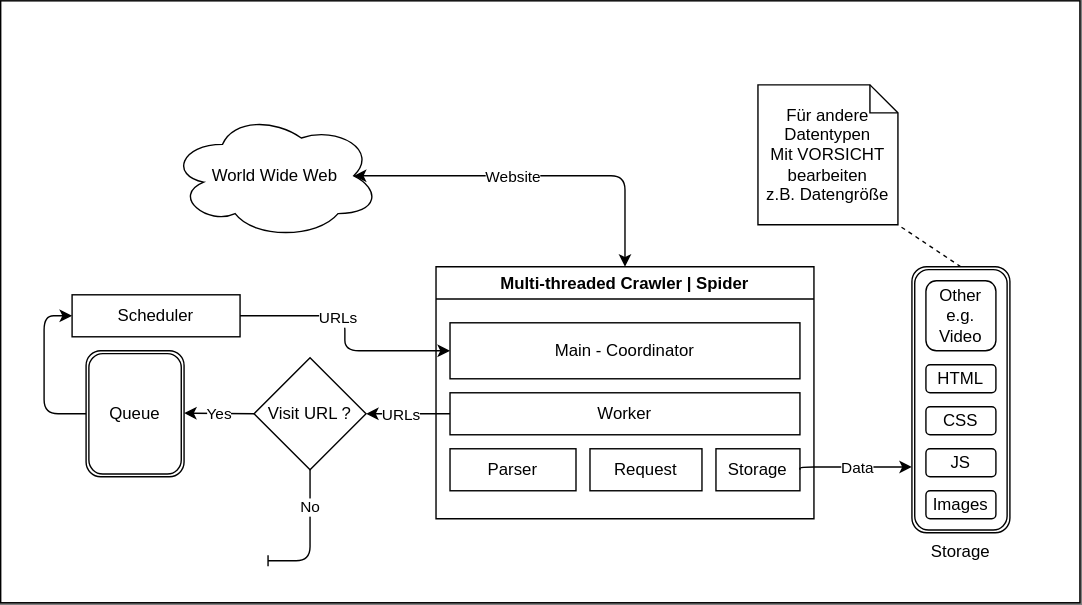
Above: doc/webcrawler.svg in wenzfe/python-hacking (draw.io), before the change. Source tidied: cells renumbered, new cells last; positions are measured from the earlier drawing's top-left corner, leaving out a move shared by most shapes.
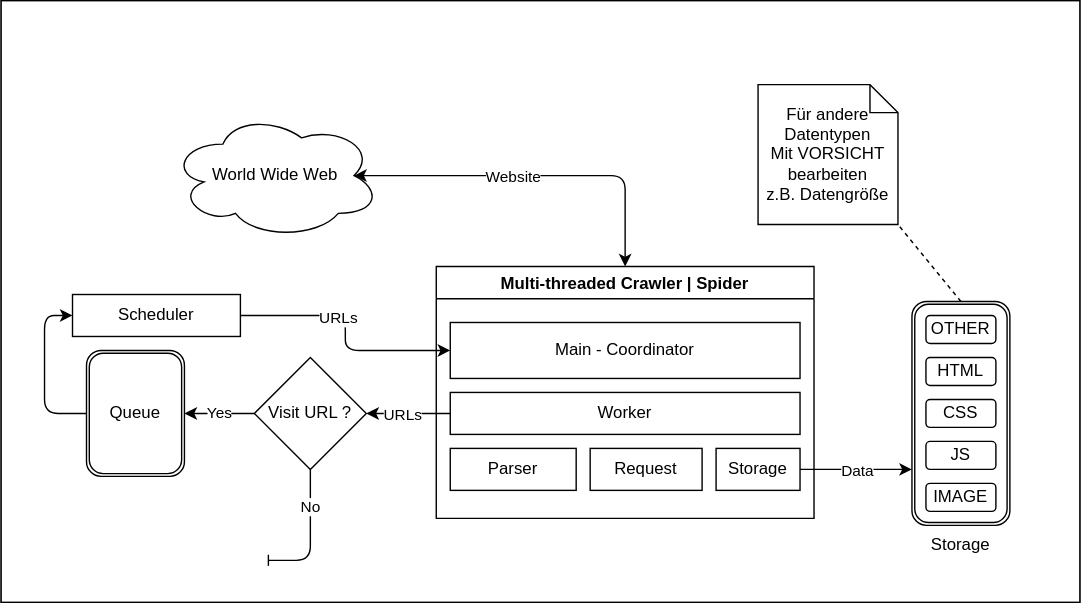
After the commit.

Diff of the diagram source:
```diff
@@ -55,15 +55,11 @@
       </mxGeometry>
     </mxCell>
     <mxCell id="16" style="edgeStyle=elbowEdgeStyle;elbow=vertical;endArrow=classic;html=1;exitX=1;exitY=0.5;exitDx=0;exitDy=0;entryX=0;entryY=0.75;entryDx=0;entryDy=0;" parent="1" edge="1" source="11" target="24">
-      <mxGeometry relative="1" as="geometry">
-        <Array as="points">
-          <mxPoint x="621" y="333" />
-        </Array>
-      </mxGeometry>
+      <mxGeometry relative="1" as="geometry" />
     </mxCell>
     <mxCell id="17" value="Data" style="edgeLabel;html=1;align=center;verticalAlign=middle;" parent="16" vertex="1">
       <mxGeometry x="-0.22" y="1" relative="1" as="geometry">
-        <mxPoint x="11" y="1" as="offset" />
+        <mxPoint x="9" y="1" as="offset" />
       </mxGeometry>
     </mxCell>
     <mxCell id="18" style="edgeStyle=elbowEdgeStyle;elbow=horizontal;endArrow=classic;html=1;exitX=0;exitY=0.5;exitDx=0;exitDy=0;entryX=1;entryY=0.5;entryDx=0;entryDy=0;" parent="1" edge="1" source="10" target="31">
@@ -81,43 +77,37 @@
     <mxCell id="22" value="Für andere Datentypen&lt;br&gt;Mit VORSICHT bearbeiten&lt;br&gt;z.B. Datengröße" style="shape=note;size=20;whiteSpace=wrap;html=1;" parent="1" vertex="1">
       <mxGeometry x="541" y="60" width="100" height="100" as="geometry" />
     </mxCell>
-    <mxCell id="23" style="group;" parent="1" vertex="1">
-      <mxGeometry x="651" y="190" width="70" height="190" as="geometry" />
-    </mxCell>
+    <mxCell id="31" value="Visit URL ?" style="rhombus;whiteSpace=wrap;html=1;" parent="1" vertex="1">
+      <mxGeometry x="181" y="255" width="80" height="80" as="geometry" />
+    </mxCell>
+    <mxCell id="32" value="Yes" style="edgeStyle=elbowEdgeStyle;elbow=vertical;endArrow=classic;html=1;exitX=0;exitY=0.5;exitDx=0;exitDy=0;entryX=1;entryY=0.5;entryDx=0;entryDy=0;" parent="1" edge="1" source="31" target="5">
+      <mxGeometry relative="1" as="geometry" />
+    </mxCell>
+    <mxCell id="33" value="No" style="edgeStyle=elbowEdgeStyle;elbow=vertical;endArrow=baseDash;html=1;exitX=0.5;exitY=1;exitDx=0;exitDy=0;strokeColor=default;endFill=0;" parent="1" edge="1" source="31">
+      <mxGeometry x="-0.44" relative="1" as="geometry">
+        <mxPoint x="191" y="400" as="targetPoint" />
+        <Array as="points">
+          <mxPoint x="221" y="400" />
+        </Array>
+      </mxGeometry>
+    </mxCell>
-    <mxCell id="24" value="Storage" style="shape=ext;double=1;rounded=1;whiteSpace=wrap;html=1;labelPosition=center;verticalLabelPosition=bottom;align=center;verticalAlign=top;" parent="23" vertex="1">
-      <mxGeometry width="70" height="190" as="geometry" />
+    <mxCell id="24" value="Storage" style="shape=ext;double=1;rounded=1;whiteSpace=wrap;html=1;labelPosition=center;verticalLabelPosition=bottom;align=center;verticalAlign=top;" parent="1" vertex="1">
+      <mxGeometry x="651" y="215" width="70" height="160" as="geometry" />
     </mxCell>
-    <mxCell id="25" style="group;" parent="23" vertex="1">
-      <mxGeometry x="10" y="10" width="50" height="170" as="geometry" />
-    </mxCell>
-    <mxCell id="26" value="HTML" style="rounded=1;whiteSpace=wrap;html=1;" parent="25" vertex="1">
-      <mxGeometry y="60" width="50" height="20" as="geometry" />
+    <mxCell id="26" value="HTML" style="rounded=1;whiteSpace=wrap;html=1;" parent="1" vertex="1">
+      <mxGeometry x="661" y="255" width="50" height="20" as="geometry" />
     </mxCell>
-    <mxCell id="27" value="CSS" style="rounded=1;whiteSpace=wrap;html=1;" parent="25" vertex="1">
-      <mxGeometry y="90" width="50" height="20" as="geometry" />
+    <mxCell id="27" value="CSS" style="rounded=1;whiteSpace=wrap;html=1;" parent="1" vertex="1">
+      <mxGeometry x="661" y="285" width="50" height="20" as="geometry" />
     </mxCell>
-    <mxCell id="28" value="JS" style="rounded=1;whiteSpace=wrap;html=1;" parent="25" vertex="1">
-      <mxGeometry y="120" width="50" height="20" as="geometry" />
+    <mxCell id="28" value="JS" style="rounded=1;whiteSpace=wrap;html=1;" parent="1" vertex="1">
+      <mxGeometry x="661" y="315" width="50" height="20" as="geometry" />
     </mxCell>
-    <mxCell id="29" value="Images" style="rounded=1;whiteSpace=wrap;html=1;" parent="25" vertex="1">
-      <mxGeometry y="150" width="50" height="20" as="geometry" />
+    <mxCell id="29" value="IMAGE" style="rounded=1;whiteSpace=wrap;html=1;" parent="1" vertex="1">
+      <mxGeometry x="661" y="345" width="50" height="20" as="geometry" />
     </mxCell>
-    <mxCell id="30" value="Other&lt;br&gt;e.g. Video" style="rounded=1;whiteSpace=wrap;html=1;" parent="25" vertex="1">
-      <mxGeometry width="50" height="50" as="geometry" />
+    <mxCell id="30" value="OTHER" style="rounded=1;whiteSpace=wrap;html=1;" parent="1" vertex="1">
+      <mxGeometry x="661" y="225" width="50" height="20" as="geometry" />
     </mxCell>
-    <mxCell id="31" value="Visit URL ?" style="rhombus;whiteSpace=wrap;html=1;" parent="1" vertex="1">
-      <mxGeometry x="181" y="255" width="80" height="80" as="geometry" />
-    </mxCell>
-    <mxCell id="32" value="Yes" style="edgeStyle=elbowEdgeStyle;elbow=vertical;endArrow=classic;html=1;exitX=0;exitY=0.5;exitDx=0;exitDy=0;entryX=1;entryY=0.5;entryDx=0;entryDy=0;" parent="1" edge="1" source="31" target="5">
-      <mxGeometry relative="1" as="geometry" />
-    </mxCell>
-    <mxCell id="33" value="No" style="edgeStyle=elbowEdgeStyle;elbow=vertical;endArrow=baseDash;html=1;exitX=0.5;exitY=1;exitDx=0;exitDy=0;strokeColor=default;endFill=0;" parent="1" edge="1" source="31">
-      <mxGeometry x="-0.44" relative="1" as="geometry">
-        <mxPoint x="191" y="400" as="targetPoint" />
-        <Array as="points">
-          <mxPoint x="221" y="400" />
-        </Array>
-      </mxGeometry>
-    </mxCell>
   </root>
 </mxGraphModel>
```
